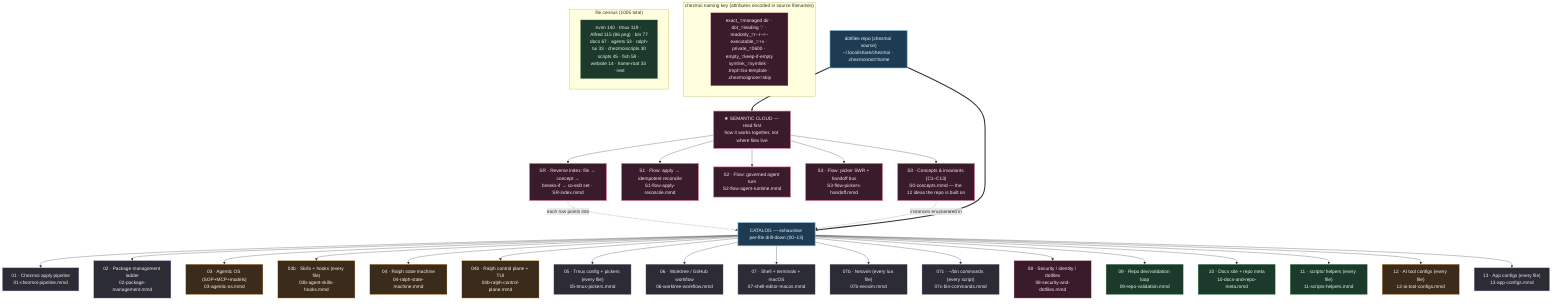
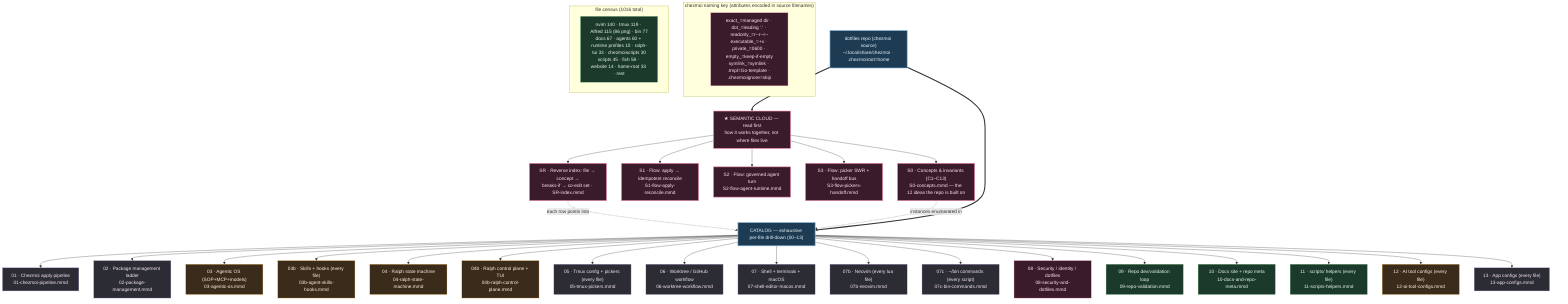
%% ============================================================================
%% 00-overview.mmd — Master navigation map for kapral18/dotfiles
%% TWO LAYERS:
%%   SEMANTIC CLOUD (read first) — how the system THINKS: concepts+invariants
%%     (S0), cross-cutting flows (S1/S2/S3), and a reverse index (SR) that maps
%%     any file to its concept, blast radius, and co-edit set.
%%   CATALOG (drill-down) — how the system is LAID OUT: 00-13 enumerate every
- %%     one of the 1005 tracked files by exact chezmoi source path.
+ %%     one of the 1016 tracked files by exact chezmoi source path.
%% `home/` is chezmoi source deployed to $HOME; scripts/tools/website/docs are
%% repo-side (NOT deployed). Each node → a deeper .mmd.
%% ============================================================================
graph TD
    classDef entry fill:#1d3b53,stroke:#7fb3d5,color:#eaf2f8,stroke-width:2px;
    classDef sys fill:#2c2c34,stroke:#b39ddb,color:#f3e5f5;
    classDef ai fill:#3a2b1b,stroke:#ffb74d,color:#fff3e0;
    classDef repo fill:#1b3a2b,stroke:#81c784,color:#e8f5e9;
    classDef data fill:#3a1b2b,stroke:#f48fb1,color:#fce4ec;
    classDef sem fill:#3a1b2b,stroke:#f48fb1,color:#fce4ec,stroke-width:2px;

    ROOT["dotfiles repo (chezmoi source)<br/>~/.local/share/chezmoi · .chezmoiroot=home"]:::entry

    %% ---- SEMANTIC LAYER (read before the catalog) --------------------------
    ROOT ==> SEMHEAD["★ SEMANTIC CLOUD — read first<br/>how it works together, not where files live"]:::sem
    SEMHEAD --> S0["S0 · Concepts & invariants (C1–C13)<br/>S0-concepts.mmd — the 12 ideas the repo is built on"]:::sem
    SEMHEAD --> S1["S1 · Flow: apply → idempotent reconcile<br/>S1-flow-apply-reconcile.mmd"]:::sem
    SEMHEAD --> S2["S2 · Flow: governed agent turn<br/>S2-flow-agent-runtime.mmd"]:::sem
    SEMHEAD --> S3["S3 · Flow: picker SWR + handoff bus<br/>S3-flow-pickers-handoff.mmd"]:::sem
    SEMHEAD --> SR["SR · Reverse index: file → concept →<br/>breaks-if → co-edit set · SR-index.mmd"]:::sem
    SR -. "each row points into" .-> CATHEAD
    S0 -. "instances enumerated in" .-> CATHEAD

    %% ---- CATALOG LAYER (exhaustive per-file drill-down) --------------------
    ROOT ==> CATHEAD["CATALOG — exhaustive per-file drill-down (00–13)"]:::entry

    CATHEAD --> CZ["01 · Chezmoi apply pipeline<br/>01-chezmoi-pipeline.mmd"]:::sys
    CATHEAD --> PKG["02 · Package management ladder<br/>02-package-management.mmd"]:::sys
    CATHEAD --> AIOS["03 · Agentic OS (SOP+MCP+models)<br/>03-agentic-os.mmd"]:::ai
    CATHEAD --> SKILLS["03b · Skills + hooks (every file)<br/>03b-agent-skills-hooks.mmd"]:::ai
    CATHEAD --> RALPH["04 · Ralph state machine<br/>04-ralph-state-machine.mmd"]:::ai
    CATHEAD --> RALPHCP["04b · Ralph control plane + TUI<br/>04b-ralph-control-plane.mmd"]:::ai
    CATHEAD --> TMUX["05 · Tmux config + pickers (every file)<br/>05-tmux-pickers.mmd"]:::sys
    CATHEAD --> WT["06 · Worktree / GitHub workflow<br/>06-worktree-workflow.mmd"]:::sys
    CATHEAD --> SEM["07 · Shell + terminals + macOS<br/>07-shell-editor-macos.mmd"]:::sys
    CATHEAD --> NVIM["07b · Neovim (every lua file)<br/>07b-neovim.mmd"]:::sys
    CATHEAD --> BIN["07c · ~/bin commands (every script)<br/>07c-bin-commands.mmd"]:::sys
    CATHEAD --> SEC["08 · Security / identity / dotfiles<br/>08-security-and-dotfiles.mmd"]:::data
    CATHEAD --> VAL["09 · Repo dev/validation loop<br/>09-repo-validation.mmd"]:::repo
    CATHEAD --> DOCS["10 · Docs site + repo meta<br/>10-docs-and-repo-meta.mmd"]:::repo
    CATHEAD --> SCRIPTS["11 · scripts/ helpers (every file)<br/>11-scripts-helpers.mmd"]:::repo
    CATHEAD --> AICFG["12 · AI tool configs (every file)<br/>12-ai-tool-configs.mmd"]:::ai
    CATHEAD --> APPS["13 · App configs (every file)<br/>13-app-configs.mmd"]:::sys

    subgraph KEY["chezmoi naming key (attributes encoded in source filenames)"]
        K1["exact_=managed dir · dot_=leading '.' · readonly_=r--r--r--<br/>executable_=+x · private_=0600 · empty_=keep-if-empty<br/>symlink_=symlink · .tmpl=Go-template · .chezmoiignore=skip"]:::data
    end

-     subgraph COUNTS["file census (1005 total)"]
-         C1["nvim 140 · tmux 119 · Alfred 115 (86 png) · bin 77<br/>docs 67 · agents 53 · ralph-tui 33 · chezmoiscripts 30<br/>scripts 45 · fish 58 · website 14 · home-root 33 · rest"]:::repo
+     subgraph COUNTS["file census (1016 total)"]
+         C1["nvim 140 · tmux 119 · Alfred 115 (86 png) · bin 77<br/>docs 67 · agents 60 + runtime profiles 10 · ralph-tui 33 · chezmoiscripts 30<br/>scripts 45 · fish 58 · website 14 · home-root 33 · rest"]:::repo
    end
